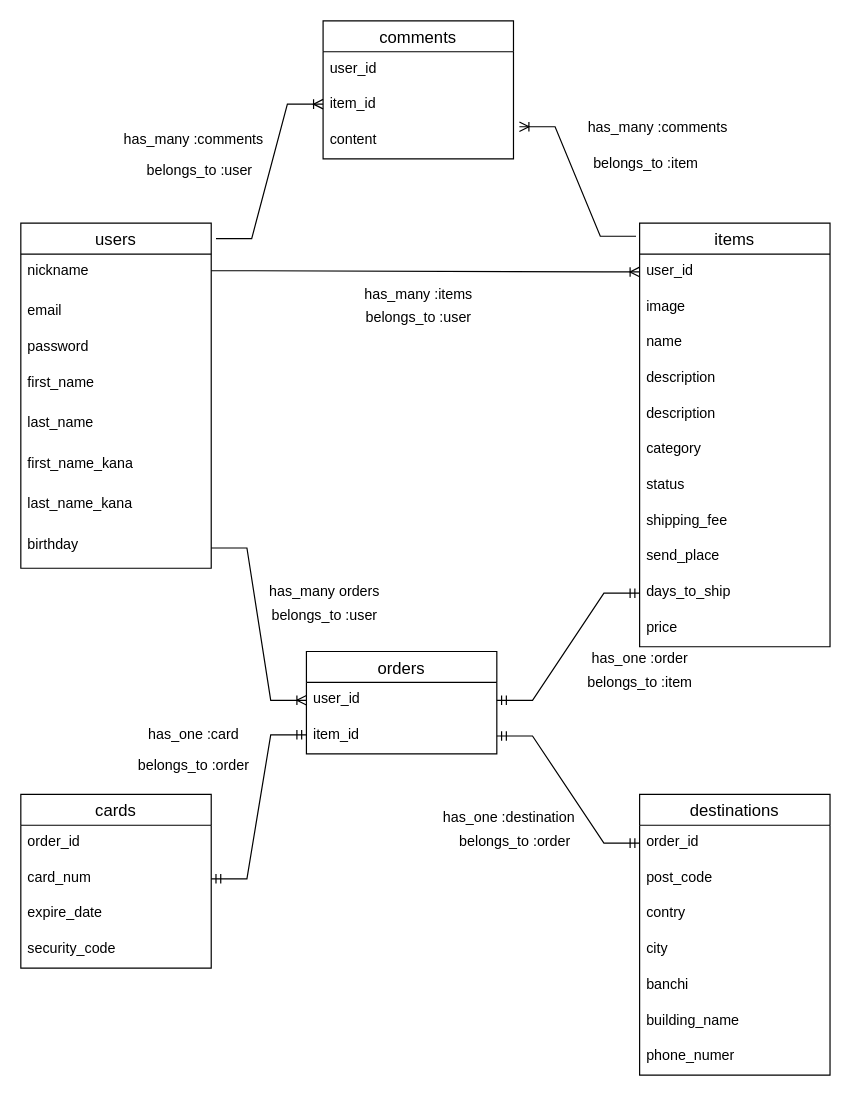
Above: ER図.dio in teiteipan06/furima-38181 (draw.io), before the change. Source tidied: cells renumbered, new cells numbered last; positions are measured from the earlier drawing's top-left corner, leaving out a move shared by most shapes. Both pictures are drawn from the tidied source at 119%, with x=0, y=0 at pixel (20, 20).
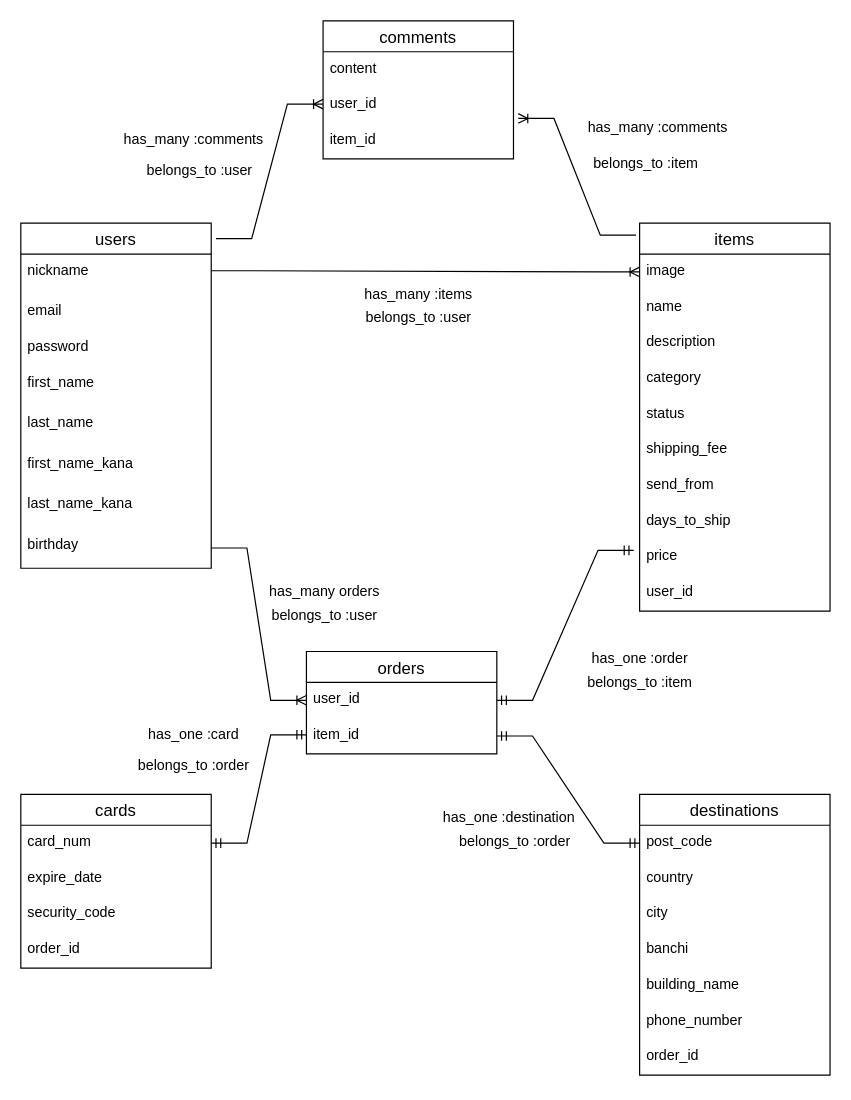
Above is the later version.

Commit message (it also covers changes not shown here):
テーブル設計

The change refers to these unchanged cells:
```xml
<mxCell id="15" value="user_id" style="text;strokeColor=none;fillColor=none;spacingLeft=4;spacingRight=4;overflow=hidden;points=[[0,0.5],[1,0.5]];portConstraint=eastwest;fontSize=12;" parent="14" vertex="1">
  <mxGeometry y="26" width="160" height="30" as="geometry" />
</mxCell>
<mxCell id="16" value="item_id" style="text;strokeColor=none;fillColor=none;spacingLeft=4;spacingRight=4;overflow=hidden;points=[[0,0.5],[1,0.5]];portConstraint=eastwest;fontSize=12;" parent="14" vertex="1">
  <mxGeometry y="56" width="160" height="30" as="geometry" />
</mxCell>
<mxCell id="17" value="destinations" style="swimlane;fontStyle=0;horizontal=1;startSize=26;align=center;fontSize=14;" parent="1" vertex="1">
  <mxGeometry x="520" y="650" width="160" height="236" as="geometry" />
</mxCell>
<mxCell id="25" value="cards" style="swimlane;fontStyle=0;horizontal=1;startSize=26;align=center;fontSize=14;" parent="1" vertex="1">
  <mxGeometry y="650" width="160" height="146" as="geometry" />
</mxCell>
<mxCell id="54" value="comments" style="swimlane;fontStyle=0;horizontal=1;startSize=26;align=center;fontSize=14;" parent="1" vertex="1">
  <mxGeometry x="254" width="160" height="116" as="geometry" />
</mxCell>
```

Change to the diagram source:
```diff
@@
     <mxCell id="2" value="items" style="swimlane;fontStyle=0;horizontal=1;startSize=26;align=center;fontSize=14;" parent="1" vertex="1">
-      <mxGeometry x="520" y="170" width="160" height="356" as="geometry" />
+      <mxGeometry x="520" y="170" width="160" height="326" as="geometry" />
     </mxCell>
-    <mxCell id="3" value="user_id" style="text;strokeColor=none;fillColor=none;spacingLeft=4;spacingRight=4;overflow=hidden;points=[[0,0.5],[1,0.5]];portConstraint=eastwest;fontSize=12;" parent="2" vertex="1">
-      <mxGeometry y="26" width="160" height="30" as="geometry" />
-    </mxCell>
     <mxCell id="4" value="image" style="text;strokeColor=none;fillColor=none;spacingLeft=4;spacingRight=4;overflow=hidden;points=[[0,0.5],[1,0.5]];portConstraint=eastwest;fontSize=12;" parent="2" vertex="1">
-      <mxGeometry y="56" width="160" height="30" as="geometry" />
+      <mxGeometry y="26" width="160" height="30" as="geometry" />
     </mxCell>
     <mxCell id="5" value="name" style="text;strokeColor=none;fillColor=none;spacingLeft=4;spacingRight=4;overflow=hidden;fontSize=12;" parent="2" vertex="1">
-      <mxGeometry y="86" width="160" height="30" as="geometry" />
+      <mxGeometry y="56" width="160" height="30" as="geometry" />
     </mxCell>
     <mxCell id="6" value="description" style="text;strokeColor=none;fillColor=none;spacingLeft=4;spacingRight=4;overflow=hidden;fontSize=12;" parent="2" vertex="1">
-      <mxGeometry y="116" width="160" height="30" as="geometry" />
+      <mxGeometry y="86" width="160" height="30" as="geometry" />
     </mxCell>
-    <mxCell id="7" value="description" style="text;strokeColor=none;fillColor=none;spacingLeft=4;spacingRight=4;overflow=hidden;fontSize=12;" parent="2" vertex="1">
-      <mxGeometry y="146" width="160" height="30" as="geometry" />
-    </mxCell>
     <mxCell id="8" value="category" style="text;strokeColor=none;fillColor=none;spacingLeft=4;spacingRight=4;overflow=hidden;fontSize=12;" parent="2" vertex="1">
-      <mxGeometry y="176" width="160" height="30" as="geometry" />
+      <mxGeometry y="116" width="160" height="30" as="geometry" />
     </mxCell>
     <mxCell id="9" value="status" style="text;strokeColor=none;fillColor=none;spacingLeft=4;spacingRight=4;overflow=hidden;fontSize=12;" parent="2" vertex="1">
-      <mxGeometry y="206" width="160" height="30" as="geometry" />
+      <mxGeometry y="146" width="160" height="30" as="geometry" />
     </mxCell>
     <mxCell id="10" value="shipping_fee" style="text;strokeColor=none;fillColor=none;spacingLeft=4;spacingRight=4;overflow=hidden;fontSize=12;" parent="2" vertex="1">
-      <mxGeometry y="236" width="160" height="30" as="geometry" />
+      <mxGeometry y="176" width="160" height="30" as="geometry" />
     </mxCell>
-    <mxCell id="11" value="send_place" style="text;strokeColor=none;fillColor=none;spacingLeft=4;spacingRight=4;overflow=hidden;fontSize=12;" parent="2" vertex="1">
-      <mxGeometry y="266" width="160" height="30" as="geometry" />
+    <mxCell id="11" value="send_from" style="text;strokeColor=none;fillColor=none;spacingLeft=4;spacingRight=4;overflow=hidden;fontSize=12;" parent="2" vertex="1">
+      <mxGeometry y="206" width="160" height="30" as="geometry" />
     </mxCell>
     <mxCell id="12" value="days_to_ship" style="text;strokeColor=none;fillColor=none;spacingLeft=4;spacingRight=4;overflow=hidden;points=[[0,0.5],[1,0.5]];portConstraint=eastwest;fontSize=12;" parent="2" vertex="1">
-      <mxGeometry y="296" width="160" height="30" as="geometry" />
+      <mxGeometry y="236" width="160" height="30" as="geometry" />
     </mxCell>
     <mxCell id="13" value="price" style="text;strokeColor=none;fillColor=none;spacingLeft=4;spacingRight=4;overflow=hidden;points=[[0,0.5],[1,0.5]];portConstraint=eastwest;fontSize=12;" parent="2" vertex="1">
-      <mxGeometry y="326" width="160" height="30" as="geometry" />
+      <mxGeometry y="266" width="160" height="30" as="geometry" />
     </mxCell>
+    <mxCell id="3" value="user_id" style="text;strokeColor=none;fillColor=none;spacingLeft=4;spacingRight=4;overflow=hidden;points=[[0,0.5],[1,0.5]];portConstraint=eastwest;fontSize=12;" parent="2" vertex="1">
+      <mxGeometry y="296" width="160" height="30" as="geometry" />
+    </mxCell>
@@
-    <mxCell id="18" value="order_id" style="text;strokeColor=none;fillColor=none;spacingLeft=4;spacingRight=4;overflow=hidden;points=[[0,0.5],[1,0.5]];portConstraint=eastwest;fontSize=12;" parent="17" vertex="1">
-      <mxGeometry y="26" width="160" height="30" as="geometry" />
-    </mxCell>
     <mxCell id="19" value="post_code" style="text;strokeColor=none;fillColor=none;spacingLeft=4;spacingRight=4;overflow=hidden;points=[[0,0.5],[1,0.5]];portConstraint=eastwest;fontSize=12;" parent="17" vertex="1">
-      <mxGeometry y="56" width="160" height="30" as="geometry" />
+      <mxGeometry y="26" width="160" height="30" as="geometry" />
     </mxCell>
-    <mxCell id="20" value="contry" style="text;strokeColor=none;fillColor=none;spacingLeft=4;spacingRight=4;overflow=hidden;fontSize=12;" parent="17" vertex="1">
-      <mxGeometry y="86" width="160" height="30" as="geometry" />
+    <mxCell id="20" value="country" style="text;strokeColor=none;fillColor=none;spacingLeft=4;spacingRight=4;overflow=hidden;fontSize=12;" parent="17" vertex="1">
+      <mxGeometry y="56" width="160" height="30" as="geometry" />
     </mxCell>
     <mxCell id="21" value="city" style="text;strokeColor=none;fillColor=none;spacingLeft=4;spacingRight=4;overflow=hidden;fontSize=12;" parent="17" vertex="1">
-      <mxGeometry y="116" width="160" height="30" as="geometry" />
+      <mxGeometry y="86" width="160" height="30" as="geometry" />
     </mxCell>
     <mxCell id="22" value="banchi" style="text;strokeColor=none;fillColor=none;spacingLeft=4;spacingRight=4;overflow=hidden;fontSize=12;" parent="17" vertex="1">
-      <mxGeometry y="146" width="160" height="30" as="geometry" />
+      <mxGeometry y="116" width="160" height="30" as="geometry" />
     </mxCell>
     <mxCell id="23" value="building_name" style="text;strokeColor=none;fillColor=none;spacingLeft=4;spacingRight=4;overflow=hidden;fontSize=12;" parent="17" vertex="1">
-      <mxGeometry y="176" width="160" height="30" as="geometry" />
+      <mxGeometry y="146" width="160" height="30" as="geometry" />
     </mxCell>
-    <mxCell id="24" value="phone_numer" style="text;strokeColor=none;fillColor=none;spacingLeft=4;spacingRight=4;overflow=hidden;fontSize=12;" parent="17" vertex="1">
-      <mxGeometry y="206" width="160" height="30" as="geometry" />
+    <mxCell id="24" value="phone_number" style="text;strokeColor=none;fillColor=none;spacingLeft=4;spacingRight=4;overflow=hidden;fontSize=12;" parent="17" vertex="1">
+      <mxGeometry y="176" width="160" height="30" as="geometry" />
     </mxCell>
+    <mxCell id="18" value="order_id" style="text;strokeColor=none;fillColor=none;spacingLeft=4;spacingRight=4;overflow=hidden;points=[[0,0.5],[1,0.5]];portConstraint=eastwest;fontSize=12;" parent="17" vertex="1">
+      <mxGeometry y="206" width="160" height="30" as="geometry" />
+    </mxCell>
@@
-    <mxCell id="26" value="order_id" style="text;strokeColor=none;fillColor=none;spacingLeft=4;spacingRight=4;overflow=hidden;fontSize=12;" parent="25" vertex="1">
-      <mxGeometry y="26" width="160" height="30" as="geometry" />
-    </mxCell>
     <mxCell id="27" value="card_num" style="text;strokeColor=none;fillColor=none;spacingLeft=4;spacingRight=4;overflow=hidden;points=[[0,0.5],[1,0.5]];portConstraint=eastwest;fontSize=12;" parent="25" vertex="1">
-      <mxGeometry y="56" width="160" height="30" as="geometry" />
+      <mxGeometry y="26" width="160" height="30" as="geometry" />
     </mxCell>
     <mxCell id="28" value="expire_date" style="text;strokeColor=none;fillColor=none;spacingLeft=4;spacingRight=4;overflow=hidden;fontSize=12;" parent="25" vertex="1">
-      <mxGeometry y="86" width="160" height="30" as="geometry" />
+      <mxGeometry y="56" width="160" height="30" as="geometry" />
     </mxCell>
     <mxCell id="29" value="security_code" style="text;strokeColor=none;fillColor=none;spacingLeft=4;spacingRight=4;overflow=hidden;fontSize=12;" parent="25" vertex="1">
-      <mxGeometry y="116" width="160" height="30" as="geometry" />
+      <mxGeometry y="86" width="160" height="30" as="geometry" />
     </mxCell>
+    <mxCell id="26" value="order_id" style="text;strokeColor=none;fillColor=none;spacingLeft=4;spacingRight=4;overflow=hidden;fontSize=12;" parent="25" vertex="1">
+      <mxGeometry y="116" width="160" height="30" as="geometry" />
+    </mxCell>
-    <mxCell id="30" style="edgeStyle=entityRelationEdgeStyle;fontSize=12;html=1;endArrow=ERoneToMany;entryX=0;entryY=0.5;entryDx=0;entryDy=0;rounded=0;" parent="1" edge="1" target="3">
+    <mxCell id="30" style="edgeStyle=entityRelationEdgeStyle;fontSize=12;html=1;endArrow=ERoneToMany;rounded=0;entryX=0;entryY=0.5;entryDx=0;entryDy=0;" parent="1" edge="1" target="4">
       <mxGeometry relative="1" as="geometry">
         <mxPoint x="160" y="210" as="sourcePoint" />
       </mxGeometry>
     </mxCell>
@@
-    <mxCell id="40" style="edgeStyle=entityRelationEdgeStyle;fontSize=12;html=1;endArrow=ERmandOne;startArrow=ERmandOne;exitX=1;exitY=0.5;exitDx=0;exitDy=0;entryX=0;entryY=0.5;entryDx=0;entryDy=0;rounded=0;" parent="1" edge="1" source="15" target="12">
+    <mxCell id="40" style="edgeStyle=entityRelationEdgeStyle;fontSize=12;html=1;endArrow=ERmandOne;startArrow=ERmandOne;exitX=1;exitY=0.5;exitDx=0;exitDy=0;entryX=-0.031;entryY=0.3;entryDx=0;entryDy=0;rounded=0;entryPerimeter=0;" parent="1" edge="1" source="15" target="13">
       <mxGeometry relative="1" as="geometry" />
     </mxCell>
@@
-    <mxCell id="42" style="edgeStyle=entityRelationEdgeStyle;fontSize=12;html=1;endArrow=ERmandOne;startArrow=ERmandOne;rounded=0;exitX=1;exitY=0.5;exitDx=0;exitDy=0;entryX=0;entryY=0.5;entryDx=0;entryDy=0;" parent="1" edge="1" source="16" target="18">
+    <mxCell id="42" style="edgeStyle=entityRelationEdgeStyle;fontSize=12;html=1;endArrow=ERmandOne;startArrow=ERmandOne;rounded=0;exitX=1;exitY=0.5;exitDx=0;exitDy=0;entryX=0;entryY=0.5;entryDx=0;entryDy=0;" parent="1" edge="1" source="16" target="19">
       <mxGeometry relative="1" as="geometry" />
     </mxCell>
@@
+    <mxCell id="57" value="content" style="text;strokeColor=none;fillColor=none;spacingLeft=4;spacingRight=4;overflow=hidden;points=[[0,0.5],[1,0.5]];portConstraint=eastwest;fontSize=12;" parent="54" vertex="1">
+      <mxGeometry y="26" width="160" height="30" as="geometry" />
+    </mxCell>
     <mxCell id="55" value="user_id" style="text;strokeColor=none;fillColor=none;spacingLeft=4;spacingRight=4;overflow=hidden;fontSize=12;" parent="54" vertex="1">
-      <mxGeometry y="26" width="160" height="30" as="geometry" />
+      <mxGeometry y="56" width="160" height="30" as="geometry" />
     </mxCell>
     <mxCell id="56" value="item_id" style="text;strokeColor=none;fillColor=none;spacingLeft=4;spacingRight=4;overflow=hidden;points=[[0,0.5],[1,0.5]];portConstraint=eastwest;fontSize=12;" parent="54" vertex="1">
-      <mxGeometry y="56" width="160" height="30" as="geometry" />
+      <mxGeometry y="86" width="160" height="30" as="geometry" />
     </mxCell>
-    <mxCell id="57" value="content" style="text;strokeColor=none;fillColor=none;spacingLeft=4;spacingRight=4;overflow=hidden;points=[[0,0.5],[1,0.5]];portConstraint=eastwest;fontSize=12;" parent="54" vertex="1">
-      <mxGeometry y="86" width="160" height="30" as="geometry" />
-    </mxCell>
@@
-    <mxCell id="61" style="edgeStyle=entityRelationEdgeStyle;fontSize=12;html=1;endArrow=ERoneToMany;rounded=0;exitX=-0.019;exitY=0.031;exitDx=0;exitDy=0;exitPerimeter=0;entryX=1.031;entryY=0.1;entryDx=0;entryDy=0;entryPerimeter=0;" parent="1" edge="1" source="2" target="57">
+    <mxCell id="61" style="edgeStyle=entityRelationEdgeStyle;fontSize=12;html=1;endArrow=ERoneToMany;rounded=0;exitX=-0.019;exitY=0.031;exitDx=0;exitDy=0;exitPerimeter=0;entryX=1.025;entryY=-0.133;entryDx=0;entryDy=0;entryPerimeter=0;" parent="1" edge="1" source="2" target="56">
       <mxGeometry relative="1" as="geometry" />
     </mxCell>
```
